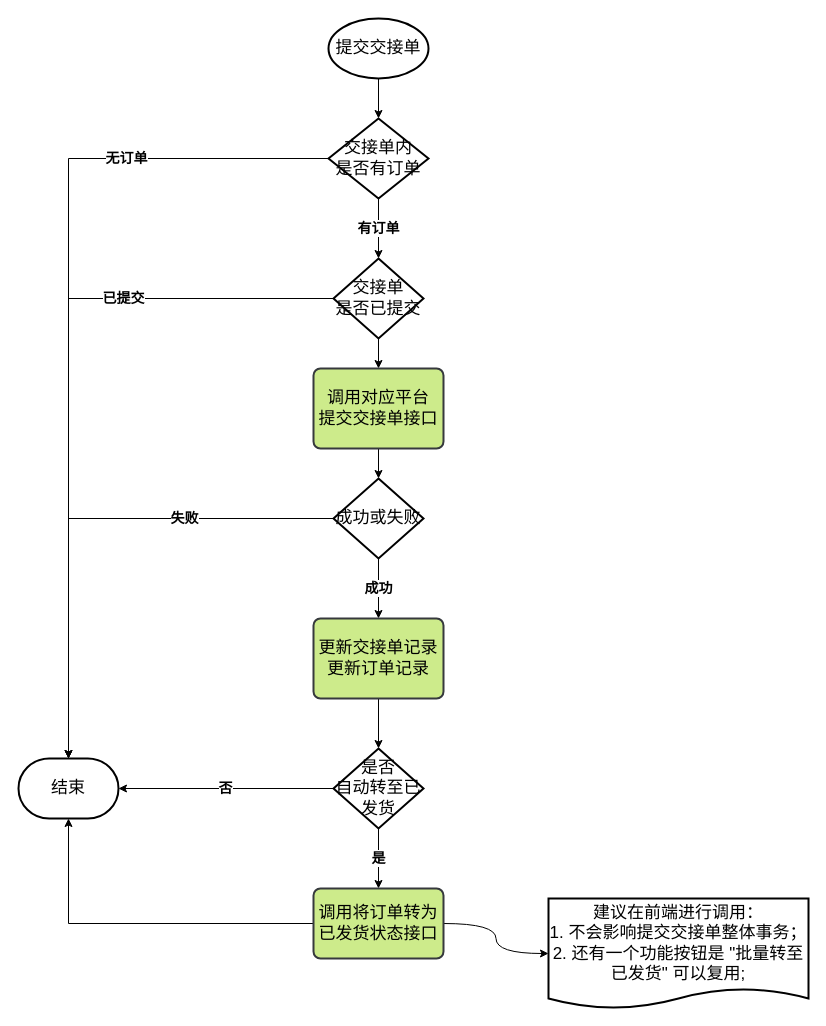
Above: longpean/OMS-交接单-提交交接单.drawio in GitHeP/diagrams (draw.io), before the change. Source tidied: cells renumbered, new cells numbered last; positions are measured from the earlier drawing's top-left corner, leaving out a move shared by most shapes. Both pictures are drawn from the tidied source at 100%, with x=0, y=0 at pixel (18, 18).
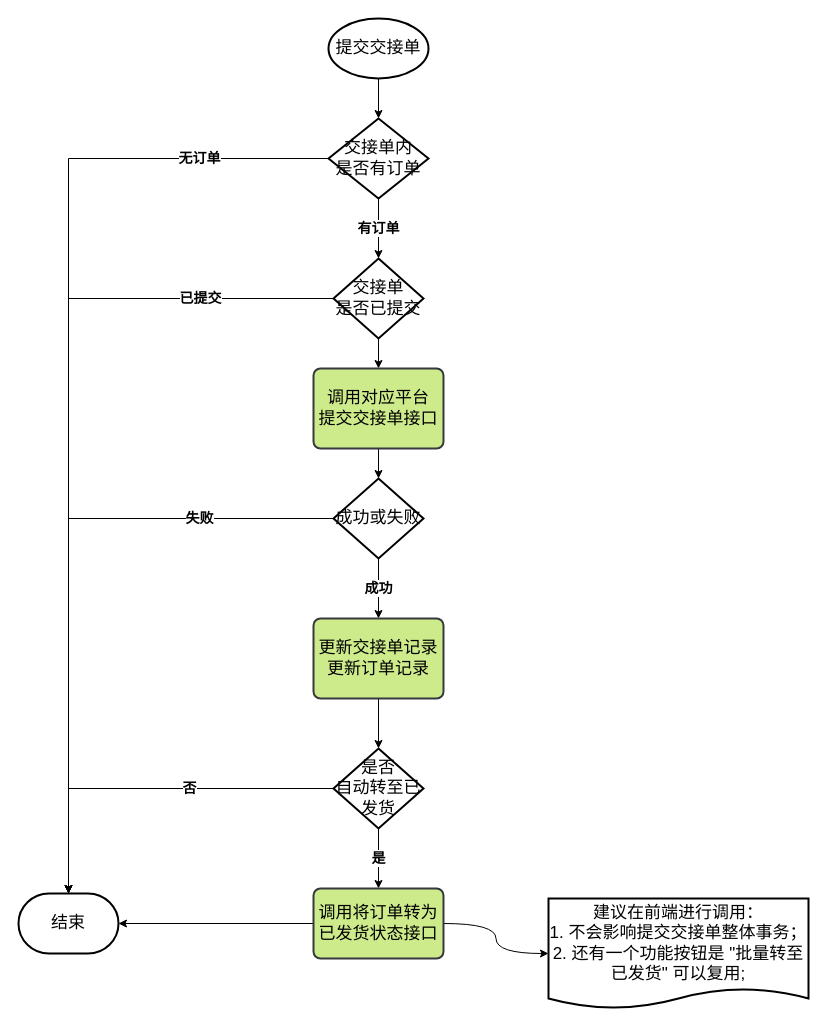
The same page after the edit.

Commit message (it also covers changes not shown here):
更新OMS-交接单-提交交接单.drawio

Unchanged cells that the change refers to:
```xml
<mxCell id="6" value="&lt;font style=&quot;font-size: 17px;&quot;&gt;交接单内&lt;br&gt;是否有订单&lt;/font&gt;" style="strokeWidth=2;html=1;shape=mxgraph.flowchart.decision;whiteSpace=wrap;" parent="1" vertex="1">
  <mxGeometry x="310" y="100" width="100" height="80" as="geometry" />
</mxCell>
<mxCell id="10" value="&lt;font style=&quot;font-size: 17px;&quot;&gt;交接单&lt;br&gt;是否已提交&lt;/font&gt;" style="rhombus;whiteSpace=wrap;html=1;strokeWidth=2;" parent="1" vertex="1">
  <mxGeometry x="315" y="240" width="90" height="80" as="geometry" />
</mxCell>
<mxCell id="15" value="&lt;font style=&quot;font-size: 17px;&quot;&gt;成功或失败&lt;/font&gt;" style="rhombus;whiteSpace=wrap;html=1;rounded=0;arcSize=14;strokeWidth=2;" parent="1" vertex="1">
  <mxGeometry x="315" y="460" width="90" height="80" as="geometry" />
</mxCell>
<mxCell id="20" value="&lt;font style=&quot;font-size: 17px;&quot;&gt;是否&lt;br&gt;自动转至已发货&lt;/font&gt;" style="rhombus;whiteSpace=wrap;html=1;rounded=0;arcSize=14;strokeWidth=2;" parent="1" vertex="1">
  <mxGeometry x="315" y="730" width="90" height="80" as="geometry" />
</mxCell>
<mxCell id="23" value="&lt;font style=&quot;font-size: 17px;&quot;&gt;调用将订单转为&lt;br&gt;已发货状态接口&lt;/font&gt;" style="rounded=1;whiteSpace=wrap;html=1;absoluteArcSize=1;arcSize=14;strokeWidth=2;fillColor=#cdeb8b;strokeColor=#36393d;" parent="1" vertex="1">
  <mxGeometry x="295" y="870" width="130" height="70" as="geometry" />
</mxCell>
```

Change to the diagram source:
```diff
@@
     <mxCell id="4" value="&lt;b&gt;&lt;font style=&quot;font-size: 14px;&quot;&gt;无订单&lt;/font&gt;&lt;/b&gt;" style="edgeStyle=orthogonalEdgeStyle;rounded=0;jettySize=auto;html=1;" parent="1" edge="1" source="6" target="7">
-      <mxGeometry x="-0.53" relative="1" as="geometry" />
+      <mxGeometry x="-0.74" relative="1" as="geometry" />
     </mxCell>
@@
     <mxCell id="7" value="&lt;font style=&quot;font-size: 17px;&quot;&gt;结束&lt;/font&gt;" style="strokeWidth=2;html=1;shape=mxgraph.flowchart.terminator;whiteSpace=wrap;" parent="1" vertex="1">
-      <mxGeometry y="740" width="100" height="60" as="geometry" />
+      <mxGeometry y="875" width="100" height="60" as="geometry" />
     </mxCell>
     <mxCell id="8" value="&lt;b&gt;&lt;font style=&quot;font-size: 14px;&quot;&gt;已提交&lt;/font&gt;&lt;/b&gt;" style="edgeStyle=orthogonalEdgeStyle;rounded=0;jettySize=auto;html=1;" parent="1" edge="1" source="10" target="7">
-      <mxGeometry x="-0.42" relative="1" as="geometry" />
+      <mxGeometry x="-0.69" relative="1" as="geometry" />
     </mxCell>
@@
     <mxCell id="13" value="&lt;font style=&quot;font-size: 14px;&quot;&gt;&lt;b&gt;失败&lt;/b&gt;&lt;/font&gt;" style="edgeStyle=orthogonalEdgeStyle;rounded=0;jettySize=auto;html=1;" parent="1" edge="1" source="15" target="7">
-      <mxGeometry x="-0.41" relative="1" as="geometry" />
+      <mxGeometry x="-0.58" relative="1" as="geometry" />
     </mxCell>
@@
-    <mxCell id="18" value="&lt;b&gt;&lt;font style=&quot;font-size: 14px;&quot;&gt;否&lt;/font&gt;&lt;/b&gt;" style="edgeStyle=orthogonalEdgeStyle;rounded=0;jettySize=auto;html=1;entryX=1;entryY=0.5;entryDx=0;entryDy=0;entryPerimeter=0;" parent="1" edge="1" source="20" target="7">
-      <mxGeometry relative="1" as="geometry" />
+    <mxCell id="18" value="&lt;b&gt;&lt;font style=&quot;font-size: 14px;&quot;&gt;否&lt;/font&gt;&lt;/b&gt;" style="edgeStyle=orthogonalEdgeStyle;rounded=0;jettySize=auto;html=1;entryX=0.5;entryY=0;entryDx=0;entryDy=0;entryPerimeter=0;" parent="1" edge="1" source="20" target="7">
+      <mxGeometry x="-0.22" relative="1" as="geometry" />
     </mxCell>
@@
-    <mxCell id="21" style="edgeStyle=orthogonalEdgeStyle;rounded=0;jettySize=auto;html=1;entryX=0.5;entryY=1;entryDx=0;entryDy=0;entryPerimeter=0;" parent="1" edge="1" source="23" target="7">
+    <mxCell id="21" style="edgeStyle=orthogonalEdgeStyle;rounded=0;jettySize=auto;html=1;" parent="1" edge="1" source="23" target="7">
       <mxGeometry relative="1" as="geometry" />
     </mxCell>
```
